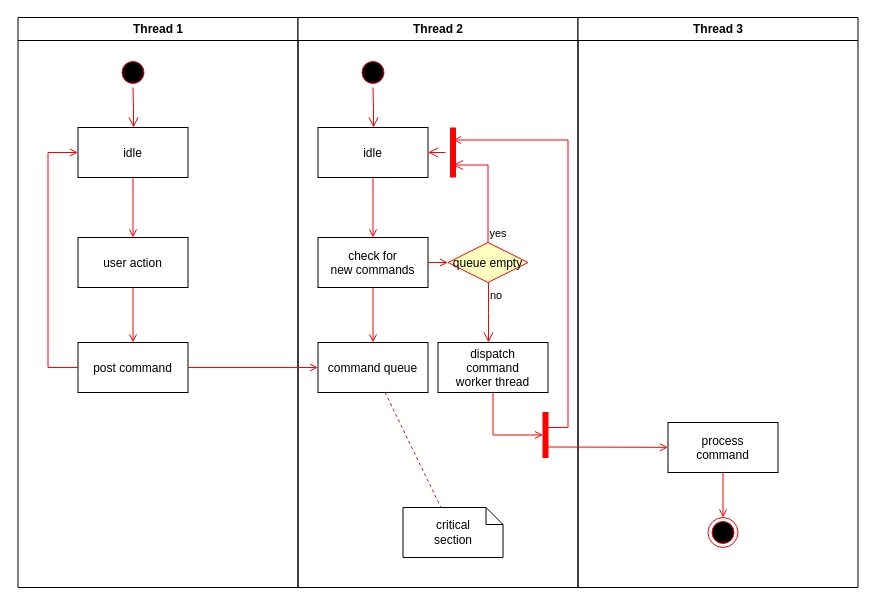
Before: Activity_daigram_gekkon_business.drawio in Tenundor/Methodological_company_business_process_automation, a draw.io diagram. Source tidied: cells renumbered, new cells numbered last; positions are measured from the earlier drawing's top-left corner, leaving out a move shared by most shapes. Both pictures are drawn from the tidied source at 100%, with x=0, y=0 at pixel (17, 17).
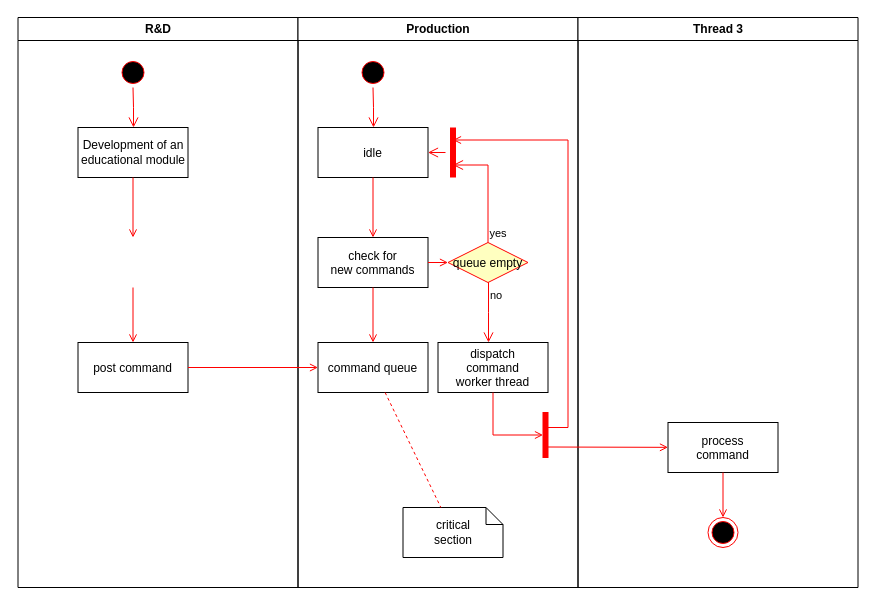
The same page after the edit.

The change refers to these unchanged cells:
```xml
<mxCell id="8" value="post command" parent="2" vertex="1">
  <mxGeometry x="60" y="325" width="110" height="50" as="geometry" />
</mxCell>
```

Diff of the diagram source:
```diff
@@
-    <mxCell id="2" value="Thread 1" style="swimlane;whiteSpace=wrap;" parent="1" vertex="1">
+    <mxCell id="2" value="R&amp;D" style="swimlane;whiteSpace=wrap;" parent="1" vertex="1">
       <mxGeometry x="0.5" width="280" height="570" as="geometry" />
     </mxCell>
@@
-    <mxCell id="5" value="idle" parent="2" vertex="1">
+    <mxCell id="5" value="Development of an educational module" style="whiteSpace=wrap;" parent="2" vertex="1">
       <mxGeometry x="60" y="110" width="110" height="50" as="geometry" />
     </mxCell>
-    <mxCell id="6" value="user action" parent="2" vertex="1">
-      <mxGeometry x="60" y="220" width="110" height="50" as="geometry" />
-    </mxCell>
-    <mxCell id="7" style="endArrow=open;strokeColor=#FF0000;endFill=1;rounded=0;" parent="2" edge="1" source="5" target="6">
-      <mxGeometry relative="1" as="geometry" />
+    <mxCell id="7" style="endArrow=open;strokeColor=#FF0000;endFill=1;rounded=0;" parent="2" edge="1" source="5">
+      <mxGeometry relative="1" as="geometry">
+        <mxPoint x="115" y="220" as="targetPoint" />
+      </mxGeometry>
     </mxCell>
@@
-    <mxCell id="9" style="endArrow=open;strokeColor=#FF0000;endFill=1;rounded=0;" parent="2" edge="1" source="6" target="8">
-      <mxGeometry relative="1" as="geometry" />
+    <mxCell id="9" style="endArrow=open;strokeColor=#FF0000;endFill=1;rounded=0;" parent="2" edge="1" target="8">
+      <mxGeometry relative="1" as="geometry">
+        <mxPoint x="115" y="270" as="sourcePoint" />
+      </mxGeometry>
     </mxCell>
-    <mxCell id="10" style="edgeStyle=elbowEdgeStyle;elbow=horizontal;strokeColor=#FF0000;endArrow=open;endFill=1;rounded=0;" parent="2" edge="1" source="8" target="5">
-      <mxGeometry relative="1" as="geometry">
-        <Array as="points">
-          <mxPoint x="30" y="250" />
-        </Array>
-      </mxGeometry>
-    </mxCell>
-    <mxCell id="11" value="Thread 2" style="swimlane;whiteSpace=wrap;" parent="1" vertex="1">
+    <mxCell id="11" value="Production" style="swimlane;whiteSpace=wrap;" parent="1" vertex="1">
       <mxGeometry x="280.5" width="280" height="570" as="geometry" />
     </mxCell>
```
